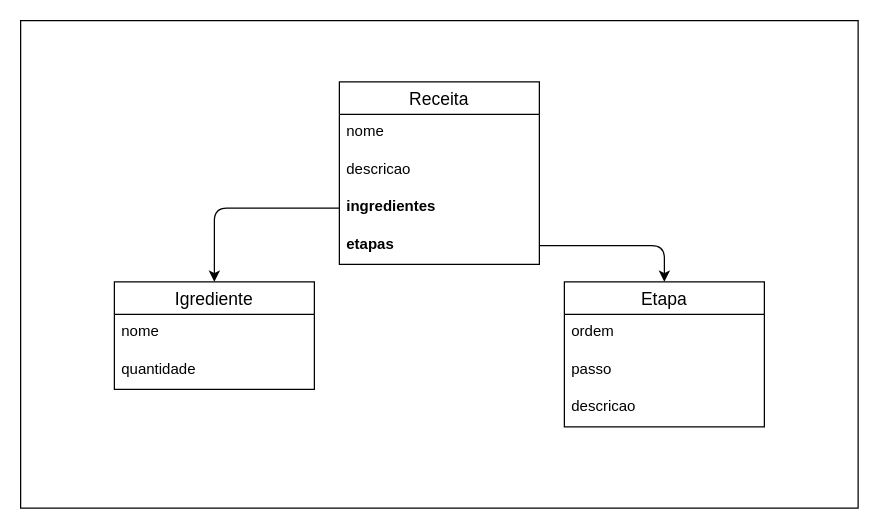
Above: relacionamento.drawio in Juzeka/api_produtos (draw.io), before the change. Source tidied: cells renumbered, new cells numbered last; positions are measured from the earlier drawing's top-left corner, leaving out a move shared by most shapes. Both pictures are drawn from the tidied source at 125%, with x=0, y=0 at pixel (20, 20).
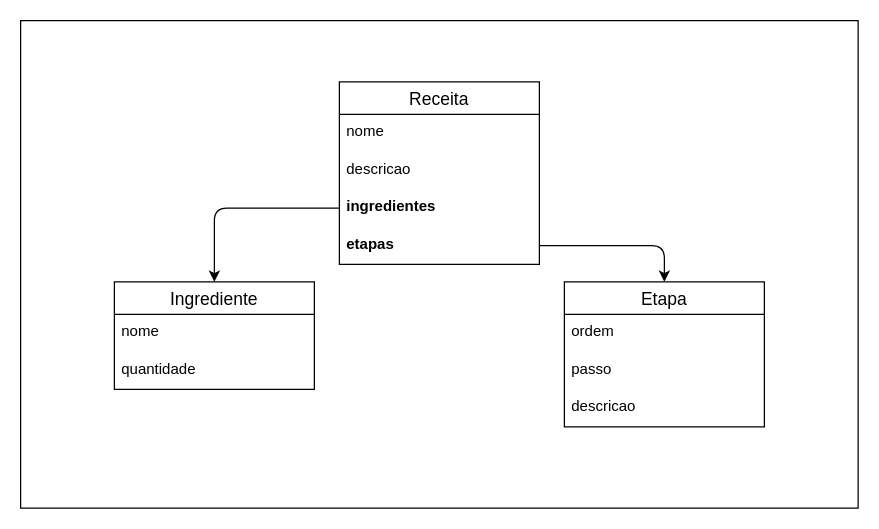
The same diagram, later.

Commit message (it also covers changes not shown here):
corrigindo nome da classe ingredientes e incrementando mais infos no readme

The edit, as a diff of the source:
```diff
@@
 <mxGraphModel>
   <root>
     <mxCell id="0" />
     <mxCell id="1" parent="0" />
     <mxCell id="2" style="rounded=0;whiteSpace=wrap;html=1;" parent="1" vertex="1">
       <mxGeometry width="670" height="390" as="geometry" />
     </mxCell>
     <mxCell id="3" value="Receita" style="swimlane;fontStyle=0;horizontal=1;startSize=26;align=center;fontSize=14;" parent="1" vertex="1">
       <mxGeometry x="255" y="49" width="160" height="146" as="geometry" />
     </mxCell>
     <mxCell id="4" value="nome" style="text;strokeColor=none;fillColor=none;spacingLeft=4;spacingRight=4;overflow=hidden;fontSize=12;" parent="3" vertex="1">
       <mxGeometry y="26" width="160" height="30" as="geometry" />
     </mxCell>
     <mxCell id="5" value="descricao" style="text;strokeColor=none;fillColor=none;spacingLeft=4;spacingRight=4;overflow=hidden;fontSize=12;" parent="3" vertex="1">
       <mxGeometry y="56" width="160" height="30" as="geometry" />
     </mxCell>
     <mxCell id="6" value="ingredientes" style="text;strokeColor=none;fillColor=none;spacingLeft=4;spacingRight=4;overflow=hidden;points=[[0,0.5],[1,0.5]];portConstraint=eastwest;fontSize=12;fontStyle=1;" parent="3" vertex="1">
       <mxGeometry y="86" width="160" height="30" as="geometry" />
     </mxCell>
     <mxCell id="7" value="etapas" style="text;strokeColor=none;fillColor=none;spacingLeft=4;spacingRight=4;overflow=hidden;points=[[0,0.5],[1,0.5]];portConstraint=eastwest;fontSize=12;fontStyle=1;" parent="3" vertex="1">
       <mxGeometry y="116" width="160" height="30" as="geometry" />
     </mxCell>
-    <mxCell id="8" value="Igrediente" style="swimlane;fontStyle=0;horizontal=1;startSize=26;align=center;fontSize=14;" parent="1" vertex="1">
+    <mxCell id="8" value="Ingrediente" style="swimlane;fontStyle=0;horizontal=1;startSize=26;align=center;fontSize=14;" parent="1" vertex="1">
       <mxGeometry x="75" y="209" width="160" height="86" as="geometry" />
     </mxCell>
     <mxCell id="9" value="nome" style="text;strokeColor=none;fillColor=none;spacingLeft=4;spacingRight=4;overflow=hidden;fontSize=12;" parent="8" vertex="1">
       <mxGeometry y="26" width="160" height="30" as="geometry" />
     </mxCell>
     <mxCell id="10" value="quantidade" style="text;strokeColor=none;fillColor=none;spacingLeft=4;spacingRight=4;overflow=hidden;fontSize=12;" parent="8" vertex="1">
       <mxGeometry y="56" width="160" height="30" as="geometry" />
     </mxCell>
     <mxCell id="11" value="Etapa" style="swimlane;fontStyle=0;horizontal=1;startSize=26;align=center;fontSize=14;" parent="1" vertex="1">
       <mxGeometry x="435" y="209" width="160" height="116" as="geometry" />
     </mxCell>
     <mxCell id="12" value="ordem" style="text;strokeColor=none;fillColor=none;spacingLeft=4;spacingRight=4;overflow=hidden;fontSize=12;" parent="11" vertex="1">
       <mxGeometry y="26" width="160" height="30" as="geometry" />
     </mxCell>
     <mxCell id="13" value="passo" style="text;strokeColor=none;fillColor=none;spacingLeft=4;spacingRight=4;overflow=hidden;fontSize=12;" parent="11" vertex="1">
       <mxGeometry y="56" width="160" height="30" as="geometry" />
     </mxCell>
     <mxCell id="14" value="descricao" style="text;strokeColor=none;fillColor=none;spacingLeft=4;spacingRight=4;overflow=hidden;fontSize=12;" parent="11" vertex="1">
       <mxGeometry y="86" width="160" height="30" as="geometry" />
     </mxCell>
     <mxCell id="15" style="edgeStyle=none;html=1;entryX=0.5;entryY=0;entryDx=0;entryDy=0;" parent="1" edge="1" source="6" target="8">
       <mxGeometry relative="1" as="geometry">
         <Array as="points">
           <mxPoint x="155" y="150" />
         </Array>
       </mxGeometry>
     </mxCell>
     <mxCell id="16" style="edgeStyle=none;html=1;entryX=0.5;entryY=0;entryDx=0;entryDy=0;" parent="1" edge="1" source="7" target="11">
       <mxGeometry relative="1" as="geometry">
         <Array as="points">
           <mxPoint x="515" y="180" />
         </Array>
       </mxGeometry>
     </mxCell>
   </root>
 </mxGraphModel>
```
